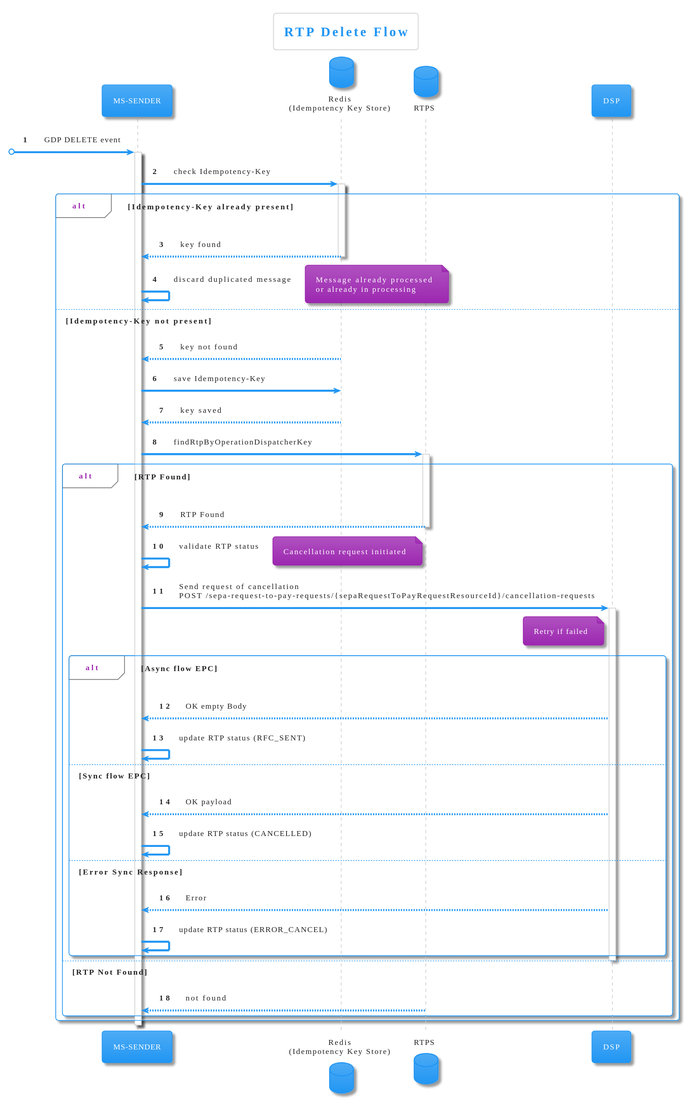
pagopa/rtp-docs keeps this PlantUML diagram as diagrams/cancel.svg. Above is the earlier version.
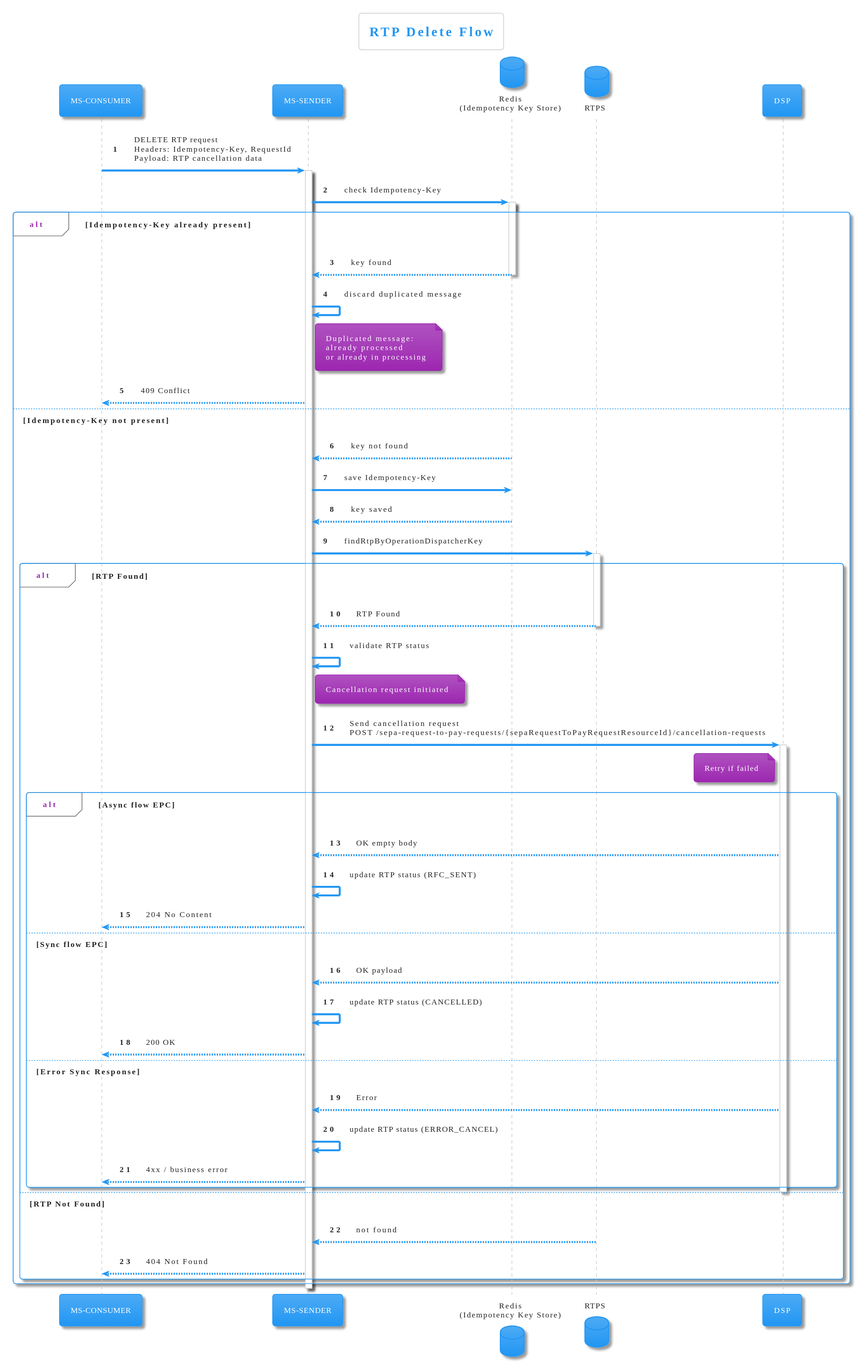
The same diagram one commit later.

The edit, as a diff of the source:
```diff
@@ -4,6 +4,7 @@
 
 title RTP Delete Flow
 
+participant "MS-CONSUMER" as CONSUMER
 participant "MS-SENDER" as SENDER
 database "Redis\n(Idempotency Key Store)" as REDIS
 database "RTPS" as SRTP
@@ -11,8 +12,7 @@
 
 autonumber
 
-[o-> SENDER: GDP DELETE event
-
+CONSUMER -> SENDER: DELETE RTP request\nHeaders: Idempotency-Key, RequestId\nPayload: RTP cancellation data
 activate SENDER
 
 SENDER -> REDIS: check Idempotency-Key
@@ -22,7 +22,13 @@
     REDIS --> SENDER: key found
     deactivate REDIS
     SENDER -> SENDER: discard duplicated message
-    note right: Message already processed\nor already in processing
+    note right of SENDER
+      Duplicated message:
+      already processed
+      or already in processing
+    end note
+    SENDER --> CONSUMER: 409 Conflict
+
 else Idempotency-Key not present
     REDIS --> SENDER: key not found
     SENDER -> REDIS: save Idempotency-Key
@@ -37,23 +43,31 @@
         deactivate SRTP
 
         SENDER -> SENDER: validate RTP status
-        note right: Cancellation request initiated
+        note right of SENDER
+          Cancellation request initiated
+        end note
 
-        SENDER -> DSP: Send request of cancellation\nPOST /sepa-request-to-pay-requests/{sepaRequestToPayRequestResourceId}/cancellation-requests
+        SENDER -> DSP: Send cancellation request\nPOST /sepa-request-to-pay-requests/{sepaRequestToPayRequestResourceId}/cancellation-requests
         activate DSP
+
         note left of DSP
           Retry if failed
         end note
 
         alt Async flow EPC
-            DSP --> SENDER: OK empty Body
+            DSP --> SENDER: OK empty body
             SENDER -> SENDER: update RTP status (RFC_SENT)
+            SENDER --> CONSUMER: 204 No Content
+
         else Sync flow EPC
             DSP --> SENDER: OK payload
             SENDER -> SENDER: update RTP status (CANCELLED)
+            SENDER --> CONSUMER: 200 OK
+
         else Error Sync Response
             DSP --> SENDER: Error
             SENDER -> SENDER: update RTP status (ERROR_CANCEL)
+            SENDER --> CONSUMER: 4xx / business error
         end
 
         deactivate DSP
@@ -61,6 +75,7 @@
     else RTP Not Found
         SRTP --> SENDER: not found
         deactivate SRTP
+        SENDER --> CONSUMER: 404 Not Found
     end
 end
 
```
